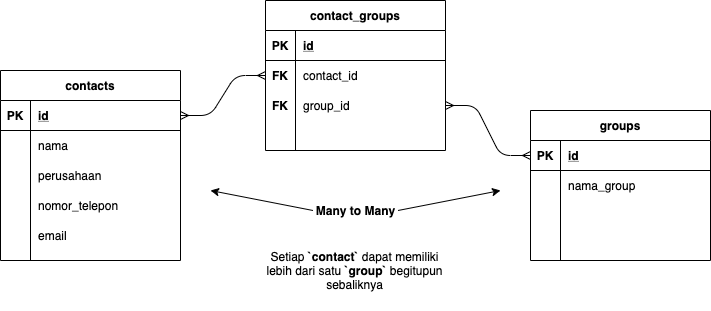
akbarhabiby/draw.io keeps this draw.io diagram as Schema - Address Book.png. Above is the earlier version. Source tidied: cells renumbered, new cells last; positions are measured from the earlier drawing's top-left corner, leaving out a move shared by most shapes.
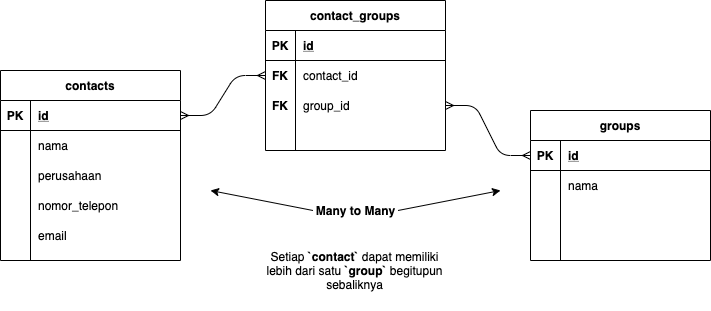
Later version of the same file.

The edit, as a diff of the source:
```diff
@@ -113,7 +113,7 @@
     <mxCell id="38" style="shape=partialRectangle;fillColor=none;top=0;left=0;bottom=0;right=0;overflow=hidden;" parent="37" vertex="1">
       <mxGeometry width="30" height="30" as="geometry" />
     </mxCell>
-    <mxCell id="39" value="nama_group" style="shape=partialRectangle;fillColor=none;top=0;left=0;bottom=0;right=0;align=left;spacingLeft=6;overflow=hidden;" parent="37" vertex="1">
+    <mxCell id="39" value="nama" style="shape=partialRectangle;fillColor=none;top=0;left=0;bottom=0;right=0;align=left;spacingLeft=6;overflow=hidden;" parent="37" vertex="1">
       <mxGeometry x="30" width="150" height="30" as="geometry" />
     </mxCell>
     <mxCell id="40" style="shape=partialRectangle;fillColor=none;top=0;left=0;bottom=0;right=0;" parent="33" vertex="1">
```
